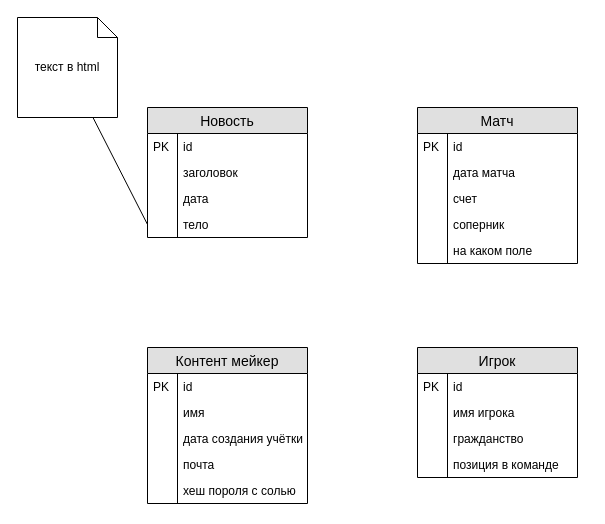
The draw.io diagram docs/BD Diagram.drawio in NativCos/CSF.Semestr6.TPO, before the edit. Source tidied: cells renumbered, new cells numbered last; positions are measured from the earlier drawing's top-left corner, leaving out a move shared by most shapes. Both pictures are drawn from the tidied source at 100%, with x=0, y=0 at pixel (17, 17).
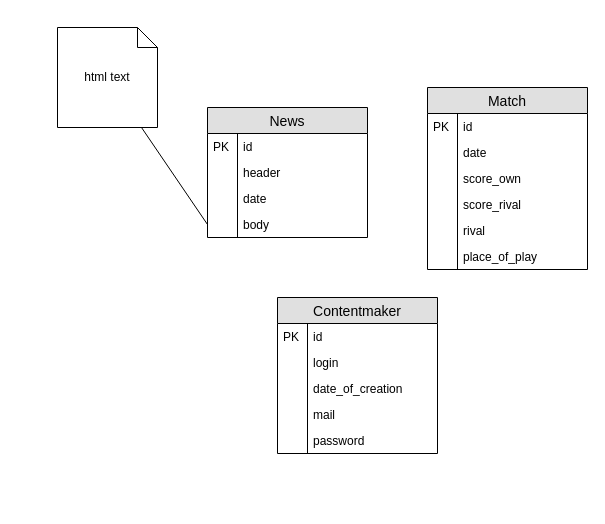
After the change.

The edit, as a diff of the source:
```diff
@@
-    <mxCell id="2" value="Новость" style="swimlane;fontStyle=0;horizontal=1;startSize=26;fillColor=#e0e0e0;swimlaneFillColor=#ffffff;align=center;fontSize=14;" parent="1" vertex="1">
-      <mxGeometry x="130" y="90" width="160" height="130" as="geometry" />
+    <mxCell id="2" value="News" style="swimlane;fontStyle=0;horizontal=1;startSize=26;fillColor=#e0e0e0;swimlaneFillColor=#ffffff;align=center;fontSize=14;" parent="1" vertex="1">
+      <mxGeometry x="190" y="90" width="160" height="130" as="geometry" />
     </mxCell>
@@
-    <mxCell id="5" value="заголовок" style="shape=partialRectangle;top=0;left=0;right=0;bottom=0;align=left;verticalAlign=top;fillColor=none;spacingLeft=34;spacingRight=4;overflow=hidden;fontSize=12;" parent="2" vertex="1">
+    <mxCell id="5" value="header" style="shape=partialRectangle;top=0;left=0;right=0;bottom=0;align=left;verticalAlign=top;fillColor=none;spacingLeft=34;spacingRight=4;overflow=hidden;fontSize=12;" parent="2" vertex="1">
       <mxGeometry y="52" width="160" height="26" as="geometry" />
     </mxCell>
@@
-    <mxCell id="7" value="дата" style="shape=partialRectangle;top=0;left=0;right=0;bottom=0;align=left;verticalAlign=top;fillColor=none;spacingLeft=34;spacingRight=4;overflow=hidden;fontSize=12;" parent="2" vertex="1">
+    <mxCell id="7" value="date" style="shape=partialRectangle;top=0;left=0;right=0;bottom=0;align=left;verticalAlign=top;fillColor=none;spacingLeft=34;spacingRight=4;overflow=hidden;fontSize=12;" parent="2" vertex="1">
       <mxGeometry y="78" width="160" height="26" as="geometry" />
     </mxCell>
@@
-    <mxCell id="9" value="тело" style="shape=partialRectangle;top=0;left=0;right=0;bottom=0;align=left;verticalAlign=top;fillColor=none;spacingLeft=34;spacingRight=4;overflow=hidden;points=[[0,0.5],[1,0.5]];portConstraint=eastwest;fontSize=12;" parent="2" vertex="1">
+    <mxCell id="9" value="body" style="shape=partialRectangle;top=0;left=0;right=0;bottom=0;align=left;verticalAlign=top;fillColor=none;spacingLeft=34;spacingRight=4;overflow=hidden;points=[[0,0.5],[1,0.5]];portConstraint=eastwest;fontSize=12;" parent="2" vertex="1">
       <mxGeometry y="104" width="160" height="26" as="geometry" />
     </mxCell>
@@
-    <mxCell id="11" value="Контент мейкер" style="swimlane;fontStyle=0;horizontal=1;startSize=26;fillColor=#e0e0e0;swimlaneFillColor=#ffffff;align=center;fontSize=14;" parent="1" vertex="1">
-      <mxGeometry x="130" y="330" width="160" height="156" as="geometry" />
+    <mxCell id="11" value="Contentmaker" style="swimlane;fontStyle=0;horizontal=1;startSize=26;fillColor=#e0e0e0;swimlaneFillColor=#ffffff;align=center;fontSize=14;" parent="1" vertex="1">
+      <mxGeometry x="260" y="280" width="160" height="156" as="geometry" />
     </mxCell>
@@
-    <mxCell id="14" value="имя" style="shape=partialRectangle;top=0;left=0;right=0;bottom=0;align=left;verticalAlign=top;fillColor=none;spacingLeft=34;spacingRight=4;overflow=hidden;fontSize=12;" parent="11" vertex="1">
+    <mxCell id="14" value="login" style="shape=partialRectangle;top=0;left=0;right=0;bottom=0;align=left;verticalAlign=top;fillColor=none;spacingLeft=34;spacingRight=4;overflow=hidden;fontSize=12;" parent="11" vertex="1">
       <mxGeometry y="52" width="160" height="26" as="geometry" />
     </mxCell>
@@
-    <mxCell id="16" value="дата создания учётки" style="shape=partialRectangle;top=0;left=0;right=0;bottom=0;align=left;verticalAlign=top;fillColor=none;spacingLeft=34;spacingRight=4;overflow=hidden;fontSize=12;" parent="11" vertex="1">
+    <mxCell id="16" value="date_of_creation" style="shape=partialRectangle;top=0;left=0;right=0;bottom=0;align=left;verticalAlign=top;fillColor=none;spacingLeft=34;spacingRight=4;overflow=hidden;fontSize=12;" parent="11" vertex="1">
       <mxGeometry y="78" width="160" height="26" as="geometry" />
     </mxCell>
@@
-    <mxCell id="18" value="почта" style="shape=partialRectangle;top=0;left=0;right=0;bottom=0;align=left;verticalAlign=top;fillColor=none;spacingLeft=34;spacingRight=4;overflow=hidden;fontSize=12;" parent="11" vertex="1">
+    <mxCell id="18" value="mail" style="shape=partialRectangle;top=0;left=0;right=0;bottom=0;align=left;verticalAlign=top;fillColor=none;spacingLeft=34;spacingRight=4;overflow=hidden;fontSize=12;" parent="11" vertex="1">
       <mxGeometry y="104" width="160" height="26" as="geometry" />
     </mxCell>
@@
-    <mxCell id="20" value="хеш пороля с солью" style="shape=partialRectangle;top=0;left=0;right=0;bottom=0;align=left;verticalAlign=top;fillColor=none;spacingLeft=34;spacingRight=4;overflow=hidden;fontSize=12;" parent="11" vertex="1">
+    <mxCell id="20" value="password" style="shape=partialRectangle;top=0;left=0;right=0;bottom=0;align=left;verticalAlign=top;fillColor=none;spacingLeft=34;spacingRight=4;overflow=hidden;fontSize=12;" parent="11" vertex="1">
       <mxGeometry y="130" width="160" height="26" as="geometry" />
     </mxCell>
@@
-    <mxCell id="22" value="Матч" style="swimlane;fontStyle=0;horizontal=1;startSize=26;fillColor=#e0e0e0;swimlaneFillColor=#ffffff;align=center;fontSize=14;" parent="1" vertex="1">
-      <mxGeometry x="400" y="90" width="160" height="156" as="geometry" />
+    <mxCell id="22" value="Match" style="swimlane;fontStyle=0;horizontal=1;startSize=26;fillColor=#e0e0e0;swimlaneFillColor=#ffffff;align=center;fontSize=14;" parent="1" vertex="1">
+      <mxGeometry x="410" y="70" width="160" height="182" as="geometry" />
     </mxCell>
@@
-    <mxCell id="25" value="дата матча" style="shape=partialRectangle;top=0;left=0;right=0;bottom=0;align=left;verticalAlign=top;fillColor=none;spacingLeft=34;spacingRight=4;overflow=hidden;fontSize=12;" parent="22" vertex="1">
+    <mxCell id="25" value="date" style="shape=partialRectangle;top=0;left=0;right=0;bottom=0;align=left;verticalAlign=top;fillColor=none;spacingLeft=34;spacingRight=4;overflow=hidden;fontSize=12;" parent="22" vertex="1">
       <mxGeometry y="52" width="160" height="26" as="geometry" />
     </mxCell>
@@
+    <mxCell id="44" value="score_own" style="shape=partialRectangle;top=0;left=0;right=0;bottom=0;align=left;verticalAlign=top;fillColor=none;spacingLeft=34;spacingRight=4;overflow=hidden;fontSize=12;" parent="22" vertex="1">
+      <mxGeometry y="78" width="160" height="26" as="geometry" />
+    </mxCell>
+    <mxCell id="45" style="shape=partialRectangle;top=0;left=0;bottom=0;fillColor=none;align=left;verticalAlign=top;spacingLeft=4;spacingRight=4;overflow=hidden;fontSize=12;" parent="44" vertex="1">
+      <mxGeometry width="30" height="26" as="geometry" />
+    </mxCell>
-    <mxCell id="27" value="счет" style="shape=partialRectangle;top=0;left=0;right=0;bottom=0;align=left;verticalAlign=top;fillColor=none;spacingLeft=34;spacingRight=4;overflow=hidden;fontSize=12;" parent="22" vertex="1">
-      <mxGeometry y="78" width="160" height="26" as="geometry" />
+    <mxCell id="27" value="score_rival" style="shape=partialRectangle;top=0;left=0;right=0;bottom=0;align=left;verticalAlign=top;fillColor=none;spacingLeft=34;spacingRight=4;overflow=hidden;fontSize=12;" parent="22" vertex="1">
+      <mxGeometry y="104" width="160" height="26" as="geometry" />
     </mxCell>
@@
-    <mxCell id="29" value="соперник" style="shape=partialRectangle;top=0;left=0;right=0;bottom=0;align=left;verticalAlign=top;fillColor=none;spacingLeft=34;spacingRight=4;overflow=hidden;fontSize=12;" parent="22" vertex="1">
-      <mxGeometry y="104" width="160" height="26" as="geometry" />
+    <mxCell id="29" value="rival" style="shape=partialRectangle;top=0;left=0;right=0;bottom=0;align=left;verticalAlign=top;fillColor=none;spacingLeft=34;spacingRight=4;overflow=hidden;fontSize=12;" parent="22" vertex="1">
+      <mxGeometry y="130" width="160" height="26" as="geometry" />
     </mxCell>
@@
-    <mxCell id="31" value="на каком поле" style="shape=partialRectangle;top=0;left=0;right=0;bottom=0;align=left;verticalAlign=top;fillColor=none;spacingLeft=34;spacingRight=4;overflow=hidden;fontSize=12;" parent="22" vertex="1">
-      <mxGeometry y="130" width="160" height="26" as="geometry" />
+    <mxCell id="31" value="place_of_play" style="shape=partialRectangle;top=0;left=0;right=0;bottom=0;align=left;verticalAlign=top;fillColor=none;spacingLeft=34;spacingRight=4;overflow=hidden;fontSize=12;" parent="22" vertex="1">
+      <mxGeometry y="156" width="160" height="26" as="geometry" />
     </mxCell>
@@
-    <mxCell id="33" value="Игрок" style="swimlane;fontStyle=0;horizontal=1;startSize=26;fillColor=#e0e0e0;swimlaneFillColor=#ffffff;align=center;fontSize=14;" parent="1" vertex="1">
-      <mxGeometry x="400" y="330" width="160" height="130" as="geometry" />
-    </mxCell>
-    <mxCell id="34" value="id" style="shape=partialRectangle;top=0;left=0;right=0;bottom=0;align=left;verticalAlign=top;fillColor=none;spacingLeft=34;spacingRight=4;overflow=hidden;fontSize=12;" parent="33" vertex="1">
-      <mxGeometry y="26" width="160" height="26" as="geometry" />
-    </mxCell>
-    <mxCell id="35" value="PK" style="shape=partialRectangle;top=0;left=0;bottom=0;fillColor=none;align=left;verticalAlign=top;spacingLeft=4;spacingRight=4;overflow=hidden;fontSize=12;" parent="34" vertex="1">
-      <mxGeometry width="30" height="26" as="geometry" />
-    </mxCell>
-    <mxCell id="36" value="имя игрока" style="shape=partialRectangle;top=0;left=0;right=0;bottom=0;align=left;verticalAlign=top;fillColor=none;spacingLeft=34;spacingRight=4;overflow=hidden;fontSize=12;" parent="33" vertex="1">
-      <mxGeometry y="52" width="160" height="26" as="geometry" />
-    </mxCell>
-    <mxCell id="37" style="shape=partialRectangle;top=0;left=0;bottom=0;fillColor=none;align=left;verticalAlign=top;spacingLeft=4;spacingRight=4;overflow=hidden;fontSize=12;" parent="36" vertex="1">
-      <mxGeometry width="30" height="26" as="geometry" />
-    </mxCell>
-    <mxCell id="38" value="гражданство" style="shape=partialRectangle;top=0;left=0;right=0;bottom=0;align=left;verticalAlign=top;fillColor=none;spacingLeft=34;spacingRight=4;overflow=hidden;fontSize=12;" parent="33" vertex="1">
-      <mxGeometry y="78" width="160" height="26" as="geometry" />
-    </mxCell>
-    <mxCell id="39" style="shape=partialRectangle;top=0;left=0;bottom=0;fillColor=none;align=left;verticalAlign=top;spacingLeft=4;spacingRight=4;overflow=hidden;fontSize=12;" parent="38" vertex="1">
-      <mxGeometry width="30" height="26" as="geometry" />
-    </mxCell>
-    <mxCell id="40" value="позиция в команде" style="shape=partialRectangle;top=0;left=0;right=0;bottom=0;align=left;verticalAlign=top;fillColor=none;spacingLeft=34;spacingRight=4;overflow=hidden;fontSize=12;" parent="33" vertex="1">
-      <mxGeometry y="104" width="160" height="26" as="geometry" />
-    </mxCell>
-    <mxCell id="41" style="shape=partialRectangle;top=0;left=0;bottom=0;fillColor=none;align=left;verticalAlign=top;spacingLeft=4;spacingRight=4;overflow=hidden;fontSize=12;" parent="40" vertex="1">
-      <mxGeometry width="30" height="26" as="geometry" />
-    </mxCell>
-    <mxCell id="42" value="текст в html" style="shape=note;size=20;whiteSpace=wrap;html=1;fontSize=12;" parent="1" vertex="1">
-      <mxGeometry width="100" height="100" as="geometry" />
+    <mxCell id="42" value="html text" style="shape=note;size=20;whiteSpace=wrap;html=1;fontSize=12;" parent="1" vertex="1">
+      <mxGeometry x="40" y="10" width="100" height="100" as="geometry" />
     </mxCell>
```
